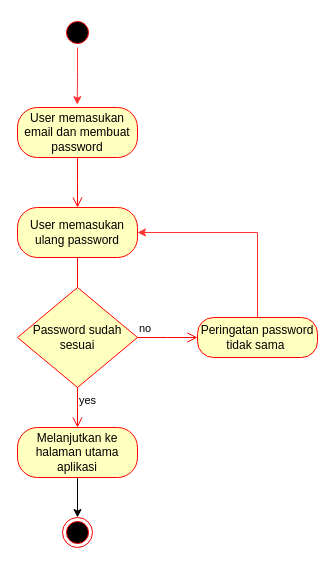
The draw.io diagram page "Sign up activity" (3 of 8) of Molitio.drawio in jearsevan101/Molitio, before the edit. Source tidied: cells renumbered, new cells numbered last; positions are measured from the earlier drawing's top-left corner, leaving out a move shared by most shapes. Both pictures are drawn from the tidied source at 100%, with x=0, y=0 at pixel (17, 17).
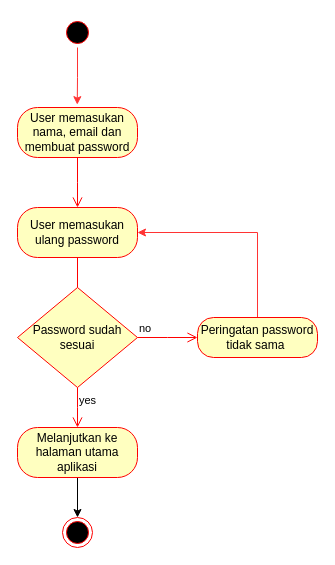
The same diagram, later.

Diff of the diagram source:
```diff
@@
 <mxGraphModel>
   <root>
     <mxCell id="0" />
     <mxCell id="1" parent="0" />
     <mxCell id="2" style="edgeStyle=orthogonalEdgeStyle;rounded=0;jettySize=auto;html=1;entryX=0.498;entryY=-0.057;entryDx=0;entryDy=0;entryPerimeter=0;strokeColor=#FF3333;" parent="1" edge="1" source="3" target="4">
       <mxGeometry relative="1" as="geometry" />
     </mxCell>
     <mxCell id="3" style="ellipse;html=1;shape=startState;fillColor=#000000;strokeColor=#ff0000;" parent="1" vertex="1">
       <mxGeometry x="45" width="30" height="30" as="geometry" />
     </mxCell>
-    <mxCell id="4" value="User memasukan email dan membuat password" style="rounded=1;whiteSpace=wrap;html=1;arcSize=40;fontColor=#000000;fillColor=#ffffc0;strokeColor=#ff0000;" parent="1" vertex="1">
+    <mxCell id="4" value="User memasukan nama, email dan membuat password" style="rounded=1;whiteSpace=wrap;html=1;arcSize=40;fontColor=#000000;fillColor=#ffffc0;strokeColor=#ff0000;" parent="1" vertex="1">
       <mxGeometry y="90" width="120" height="50" as="geometry" />
     </mxCell>
     <mxCell id="5" style="edgeStyle=orthogonalEdgeStyle;html=1;verticalAlign=bottom;endArrow=open;endSize=8;strokeColor=#ff0000;rounded=0;" parent="1" edge="1" source="4">
       <mxGeometry relative="1" as="geometry">
         <mxPoint x="60" y="190" as="targetPoint" />
       </mxGeometry>
     </mxCell>
     <mxCell id="6" style="ellipse;html=1;shape=endState;fillColor=#000000;strokeColor=#ff0000;" parent="1" vertex="1">
       <mxGeometry x="45" y="500" width="30" height="30" as="geometry" />
     </mxCell>
     <mxCell id="7" value="User memasukan ulang password" style="rounded=1;whiteSpace=wrap;html=1;arcSize=40;fontColor=#000000;fillColor=#ffffc0;strokeColor=#ff0000;" parent="1" vertex="1">
       <mxGeometry y="190" width="120" height="50" as="geometry" />
     </mxCell>
     <mxCell id="8" style="edgeStyle=orthogonalEdgeStyle;html=1;verticalAlign=bottom;endArrow=open;endSize=8;strokeColor=#ff0000;rounded=0;" parent="1" edge="1" source="7">
       <mxGeometry relative="1" as="geometry">
         <mxPoint x="60" y="300" as="targetPoint" />
       </mxGeometry>
     </mxCell>
     <mxCell id="9" value="Password sudah sesuai" style="rhombus;whiteSpace=wrap;html=1;fontColor=#000000;fillColor=#ffffc0;strokeColor=#ff0000;verticalAlign=middle;" parent="1" vertex="1">
       <mxGeometry y="270" width="120" height="100" as="geometry" />
     </mxCell>
     <mxCell id="10" value="no" style="edgeStyle=orthogonalEdgeStyle;html=1;align=left;verticalAlign=bottom;endArrow=open;endSize=8;strokeColor=#ff0000;rounded=0;" parent="1" edge="1" source="9">
       <mxGeometry x="-1" relative="1" as="geometry">
         <mxPoint x="180" y="320" as="targetPoint" />
       </mxGeometry>
     </mxCell>
     <mxCell id="11" value="yes" style="edgeStyle=orthogonalEdgeStyle;html=1;align=left;verticalAlign=top;endArrow=open;endSize=8;strokeColor=#ff0000;rounded=0;" parent="1" edge="1" source="9">
       <mxGeometry x="-1" relative="1" as="geometry">
         <mxPoint x="60" y="410" as="targetPoint" />
       </mxGeometry>
     </mxCell>
     <mxCell id="12" style="edgeStyle=orthogonalEdgeStyle;rounded=0;jettySize=auto;html=1;entryX=1;entryY=0.5;entryDx=0;entryDy=0;strokeColor=#FF3333;" parent="1" edge="1" source="13" target="7">
       <mxGeometry relative="1" as="geometry">
         <Array as="points">
           <mxPoint x="240" y="215" />
         </Array>
       </mxGeometry>
     </mxCell>
     <mxCell id="13" value="Peringatan password tidak sama&amp;nbsp;" style="rounded=1;whiteSpace=wrap;html=1;arcSize=40;fontColor=#000000;fillColor=#ffffc0;strokeColor=#ff0000;" parent="1" vertex="1">
       <mxGeometry x="180" y="300" width="120" height="40" as="geometry" />
     </mxCell>
     <mxCell id="14" style="edgeStyle=orthogonalEdgeStyle;rounded=0;jettySize=auto;html=1;" parent="1" edge="1" source="15" target="6">
       <mxGeometry relative="1" as="geometry" />
     </mxCell>
     <mxCell id="15" value="Melanjutkan ke halaman utama aplikasi" style="rounded=1;whiteSpace=wrap;html=1;arcSize=40;fontColor=#000000;fillColor=#ffffc0;strokeColor=#ff0000;" parent="1" vertex="1">
       <mxGeometry y="410" width="120" height="50" as="geometry" />
     </mxCell>
   </root>
 </mxGraphModel>
```
